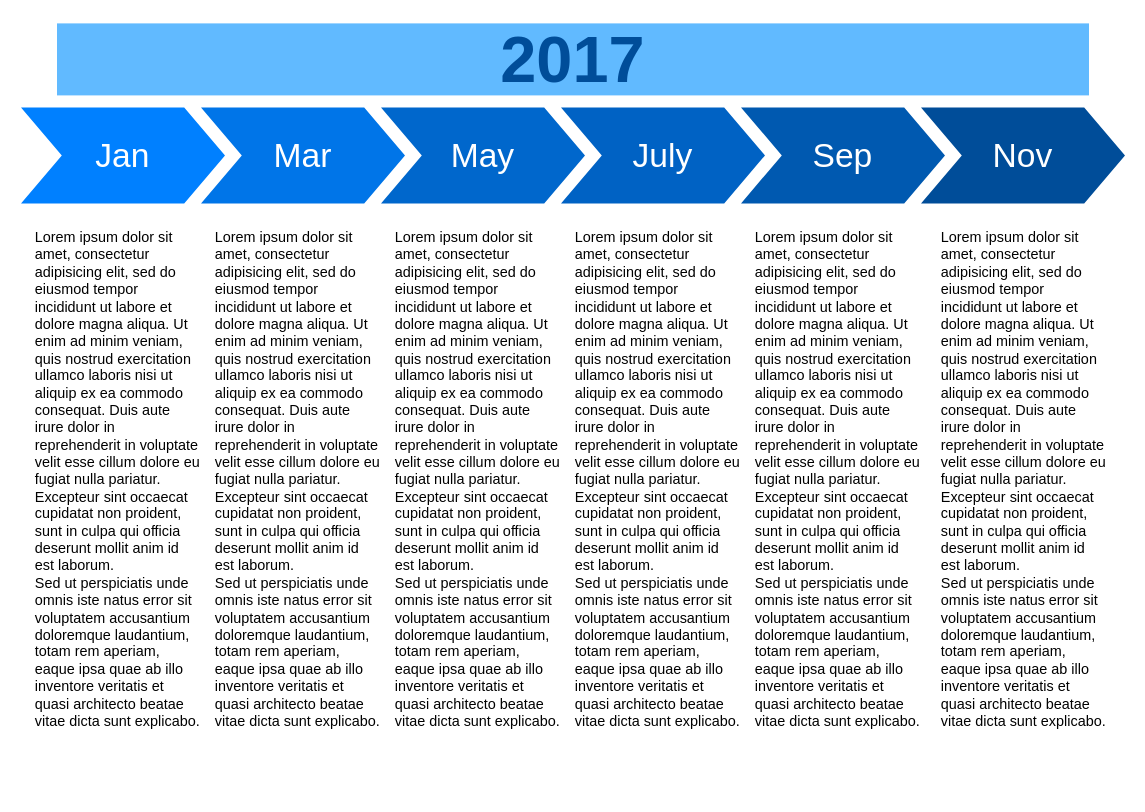
Earlier version of the draw.io diagram Untitled Diagram.drawio (donson/donson.github.com). Source tidied: cells renumbered, new cells numbered last; positions are measured from the earlier drawing's top-left corner, leaving out a move shared by most shapes. Both pictures are drawn from the tidied source at 120%, with x=0, y=0 at pixel (20, 23).
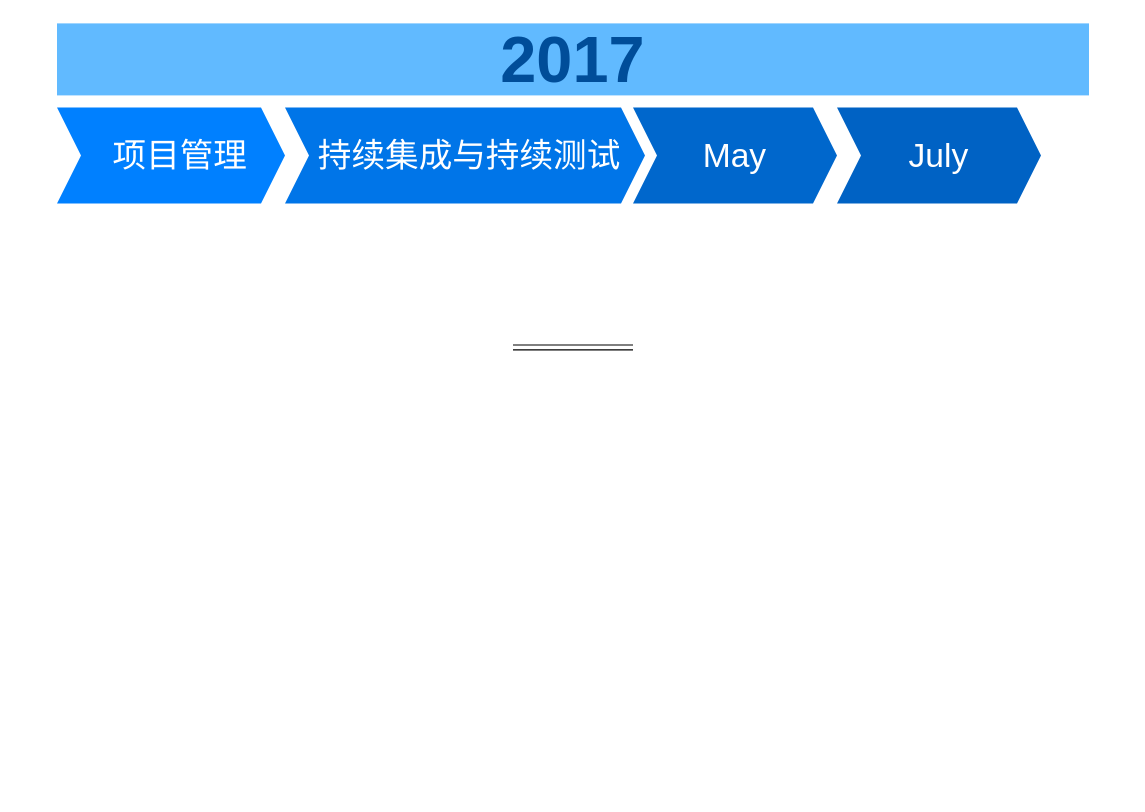
Above is the later version.

The edit, as a diff of the source:
```diff
@@
 <mxGraphModel background="#ffffff">
   <root>
     <mxCell id="0" />
     <mxCell id="1" parent="0" />
-    <mxCell id="2" value="Jan" style="shape=step;whiteSpace=wrap;html=1;fontSize=28;fillColor=#0080FF;fontColor=#FFFFFF;strokeColor=none;" parent="1" vertex="1">
-      <mxGeometry y="70" width="170" height="80" as="geometry" />
+    <mxCell id="2" value="&amp;nbsp; 项目管理" style="shape=step;whiteSpace=wrap;html=1;fontSize=28;fillColor=#0080FF;fontColor=#FFFFFF;strokeColor=none;align=center;size=0.10526315789473684;" parent="1" vertex="1">
+      <mxGeometry x="30" y="70" width="190" height="80" as="geometry" />
     </mxCell>
-    <mxCell id="3" value="Mar" style="shape=step;whiteSpace=wrap;html=1;fontSize=28;fillColor=#0075E8;fontColor=#FFFFFF;strokeColor=none;" parent="1" vertex="1">
-      <mxGeometry x="150" y="70" width="170" height="80" as="geometry" />
-    </mxCell>
-    <mxCell id="4" value="May" style="shape=step;whiteSpace=wrap;html=1;fontSize=28;fillColor=#0067CC;fontColor=#FFFFFF;strokeColor=none;" parent="1" vertex="1">
-      <mxGeometry x="300" y="70" width="170" height="80" as="geometry" />
+    <mxCell id="4" value="May" style="shape=step;whiteSpace=wrap;html=1;fontSize=28;fillColor=#0067CC;fontColor=#FFFFFF;strokeColor=none;size=0.11764705882352941;" parent="1" vertex="1">
+      <mxGeometry x="510" y="70" width="170" height="80" as="geometry" />
     </mxCell>
-    <mxCell id="5" value="July" style="shape=step;whiteSpace=wrap;html=1;fontSize=28;fillColor=#0062C4;fontColor=#FFFFFF;strokeColor=none;" parent="1" vertex="1">
-      <mxGeometry x="450" y="70" width="170" height="80" as="geometry" />
+    <mxCell id="5" value="July" style="shape=step;whiteSpace=wrap;html=1;fontSize=28;fillColor=#0062C4;fontColor=#FFFFFF;strokeColor=none;size=0.11764705882352941;" parent="1" vertex="1">
+      <mxGeometry x="680" y="70" width="170" height="80" as="geometry" />
     </mxCell>
-    <mxCell id="6" value="Sep" style="shape=step;whiteSpace=wrap;html=1;fontSize=28;fillColor=#0059B0;fontColor=#FFFFFF;strokeColor=none;" parent="1" vertex="1">
-      <mxGeometry x="600" y="70" width="170" height="80" as="geometry" />
-    </mxCell>
-    <mxCell id="7" value="Nov" style="shape=step;whiteSpace=wrap;html=1;fontSize=28;fillColor=#004D99;fontColor=#FFFFFF;strokeColor=none;" parent="1" vertex="1">
-      <mxGeometry x="750" y="70" width="170" height="80" as="geometry" />
-    </mxCell>
     <mxCell id="8" value="2017" style="text;html=1;strokeColor=none;fillColor=#61BAFF;align=center;verticalAlign=middle;whiteSpace=wrap;fontSize=54;fontStyle=1;fontColor=#004D99;" parent="1" vertex="1">
       <mxGeometry x="30" width="860" height="60" as="geometry" />
     </mxCell>
-    <mxCell id="9" value="Lorem ipsum dolor sit amet, consectetur adipisicing elit, sed do eiusmod tempor incididunt ut labore et dolore magna aliqua. Ut enim ad minim veniam, quis nostrud exercitation ullamco laboris nisi ut aliquip ex ea commodo consequat. Duis aute irure dolor in reprehenderit in voluptate velit esse cillum dolore eu fugiat nulla pariatur. Excepteur sint occaecat cupidatat non proident, sunt in culpa qui officia deserunt mollit anim id est laborum.&lt;br&gt;Sed ut perspiciatis unde omnis iste natus error sit voluptatem accusantium doloremque laudantium, totam rem aperiam, eaque ipsa quae ab illo inventore veritatis et quasi architecto beatae vitae dicta sunt explicabo." style="text;spacingTop=-5;fillColor=#ffffff;whiteSpace=wrap;html=1;align=left;fontSize=12;fontFamily=Helvetica;fillColor=none;strokeColor=none;" parent="1" vertex="1">
-      <mxGeometry x="10" y="170" width="140" height="470" as="geometry" />
-    </mxCell>
-    <mxCell id="10" value="Lorem ipsum dolor sit amet, consectetur adipisicing elit, sed do eiusmod tempor incididunt ut labore et dolore magna aliqua. Ut enim ad minim veniam, quis nostrud exercitation ullamco laboris nisi ut aliquip ex ea commodo consequat. Duis aute irure dolor in reprehenderit in voluptate velit esse cillum dolore eu fugiat nulla pariatur. Excepteur sint occaecat cupidatat non proident, sunt in culpa qui officia deserunt mollit anim id est laborum.&lt;br&gt;Sed ut perspiciatis unde omnis iste natus error sit voluptatem accusantium doloremque laudantium, totam rem aperiam, eaque ipsa quae ab illo inventore veritatis et quasi architecto beatae vitae dicta sunt explicabo." style="text;spacingTop=-5;fillColor=#ffffff;whiteSpace=wrap;html=1;align=left;fontSize=12;fontFamily=Helvetica;fillColor=none;strokeColor=none;" parent="1" vertex="1">
-      <mxGeometry x="160" y="170" width="140" height="470" as="geometry" />
-    </mxCell>
-    <mxCell id="11" value="Lorem ipsum dolor sit amet, consectetur adipisicing elit, sed do eiusmod tempor incididunt ut labore et dolore magna aliqua. Ut enim ad minim veniam, quis nostrud exercitation ullamco laboris nisi ut aliquip ex ea commodo consequat. Duis aute irure dolor in reprehenderit in voluptate velit esse cillum dolore eu fugiat nulla pariatur. Excepteur sint occaecat cupidatat non proident, sunt in culpa qui officia deserunt mollit anim id est laborum.&lt;br&gt;Sed ut perspiciatis unde omnis iste natus error sit voluptatem accusantium doloremque laudantium, totam rem aperiam, eaque ipsa quae ab illo inventore veritatis et quasi architecto beatae vitae dicta sunt explicabo." style="text;spacingTop=-5;fillColor=#ffffff;whiteSpace=wrap;html=1;align=left;fontSize=12;fontFamily=Helvetica;fillColor=none;strokeColor=none;" parent="1" vertex="1">
-      <mxGeometry x="310" y="170" width="140" height="470" as="geometry" />
-    </mxCell>
-    <mxCell id="12" value="Lorem ipsum dolor sit amet, consectetur adipisicing elit, sed do eiusmod tempor incididunt ut labore et dolore magna aliqua. Ut enim ad minim veniam, quis nostrud exercitation ullamco laboris nisi ut aliquip ex ea commodo consequat. Duis aute irure dolor in reprehenderit in voluptate velit esse cillum dolore eu fugiat nulla pariatur. Excepteur sint occaecat cupidatat non proident, sunt in culpa qui officia deserunt mollit anim id est laborum.&lt;br&gt;Sed ut perspiciatis unde omnis iste natus error sit voluptatem accusantium doloremque laudantium, totam rem aperiam, eaque ipsa quae ab illo inventore veritatis et quasi architecto beatae vitae dicta sunt explicabo." style="text;spacingTop=-5;fillColor=#ffffff;whiteSpace=wrap;html=1;align=left;fontSize=12;fontFamily=Helvetica;fillColor=none;strokeColor=none;" parent="1" vertex="1">
-      <mxGeometry x="460" y="170" width="140" height="470" as="geometry" />
-    </mxCell>
-    <mxCell id="13" value="Lorem ipsum dolor sit amet, consectetur adipisicing elit, sed do eiusmod tempor incididunt ut labore et dolore magna aliqua. Ut enim ad minim veniam, quis nostrud exercitation ullamco laboris nisi ut aliquip ex ea commodo consequat. Duis aute irure dolor in reprehenderit in voluptate velit esse cillum dolore eu fugiat nulla pariatur. Excepteur sint occaecat cupidatat non proident, sunt in culpa qui officia deserunt mollit anim id est laborum.&lt;br&gt;Sed ut perspiciatis unde omnis iste natus error sit voluptatem accusantium doloremque laudantium, totam rem aperiam, eaque ipsa quae ab illo inventore veritatis et quasi architecto beatae vitae dicta sunt explicabo." style="text;spacingTop=-5;fillColor=#ffffff;whiteSpace=wrap;html=1;align=left;fontSize=12;fontFamily=Helvetica;fillColor=none;strokeColor=none;" parent="1" vertex="1">
-      <mxGeometry x="610" y="170" width="140" height="470" as="geometry" />
-    </mxCell>
-    <mxCell id="14" value="Lorem ipsum dolor sit amet, consectetur adipisicing elit, sed do eiusmod tempor incididunt ut labore et dolore magna aliqua. Ut enim ad minim veniam, quis nostrud exercitation ullamco laboris nisi ut aliquip ex ea commodo consequat. Duis aute irure dolor in reprehenderit in voluptate velit esse cillum dolore eu fugiat nulla pariatur. Excepteur sint occaecat cupidatat non proident, sunt in culpa qui officia deserunt mollit anim id est laborum.&lt;br&gt;Sed ut perspiciatis unde omnis iste natus error sit voluptatem accusantium doloremque laudantium, totam rem aperiam, eaque ipsa quae ab illo inventore veritatis et quasi architecto beatae vitae dicta sunt explicabo." style="text;spacingTop=-5;fillColor=#ffffff;whiteSpace=wrap;html=1;align=left;fontSize=12;fontFamily=Helvetica;fillColor=none;strokeColor=none;" parent="1" vertex="1">
-      <mxGeometry x="765" y="170" width="140" height="470" as="geometry" />
-    </mxCell>
+    <mxCell id="15" style="shape=link;html=1;" parent="1" edge="1">
+      <mxGeometry relative="1" as="geometry">
+        <mxPoint x="410" y="270" as="sourcePoint" />
+        <mxPoint x="510" y="270" as="targetPoint" />
+      </mxGeometry>
+    </mxCell>
+    <mxCell id="3" value="&lt;span&gt;&amp;nbsp;持续集成与持续测试&lt;/span&gt;" style="shape=step;whiteSpace=wrap;html=1;fontSize=28;fillColor=#0075E8;fontColor=#FFFFFF;strokeColor=none;size=0.06666666666666667;" parent="1" vertex="1">
+      <mxGeometry x="220" y="70" width="300" height="80" as="geometry" />
+    </mxCell>
   </root>
 </mxGraphModel>
```
